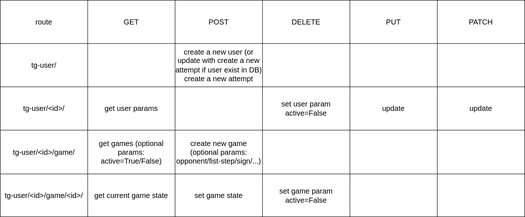
Above: docum/endpoints.svg in KonstZiv/tic_tac_toe_3x3_tlg_bot (draw.io), before the change. Source tidied: cells renumbered, new cells last; positions are measured from the earlier drawing's top-left corner, leaving out a move shared by most shapes.
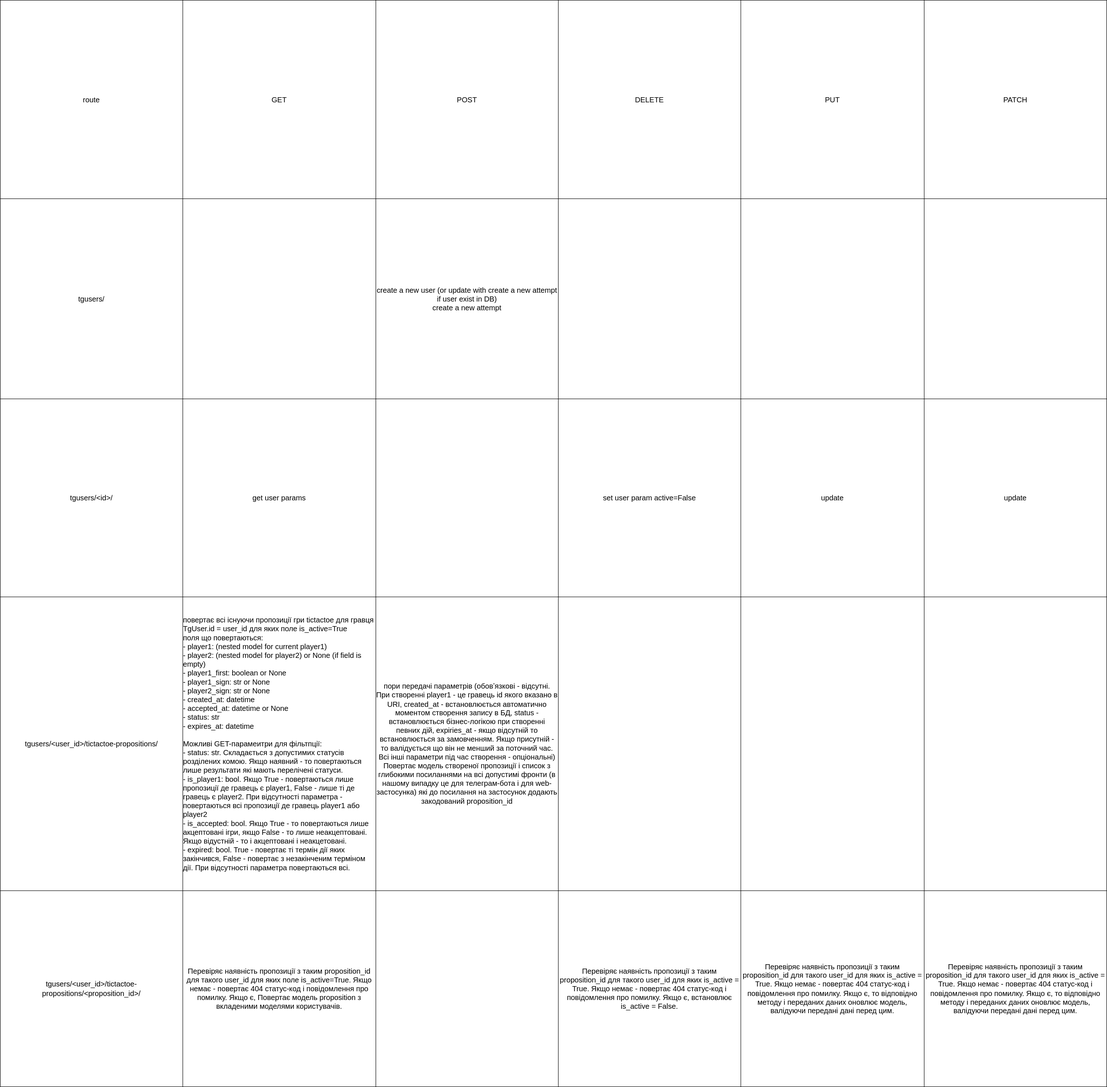
Above is the later version.

What changed in the source:
```diff
@@ -3,112 +3,112 @@
     <mxCell id="0" />
     <mxCell id="1" parent="0" />
     <mxCell id="2" style="shape=table;startSize=0;fontSize=16;" parent="1" vertex="1">
-      <mxGeometry width="1140" height="470" as="geometry" />
+      <mxGeometry width="2401" height="2360" as="geometry" />
     </mxCell>
     <mxCell id="3" style="shape=tableRow;horizontal=0;startSize=0;swimlaneHead=0;swimlaneBody=0;strokeColor=inherit;top=0;left=0;bottom=0;right=0;fillColor=none;fontSize=16;" parent="2" vertex="1">
-      <mxGeometry width="1140" height="94" as="geometry" />
+      <mxGeometry width="2401" height="431" as="geometry" />
     </mxCell>
     <mxCell id="4" value="route" style="shape=partialRectangle;html=1;whiteSpace=wrap;strokeColor=inherit;overflow=hidden;fillColor=none;top=0;left=0;bottom=0;right=0;fontSize=16;" parent="3" vertex="1">
-      <mxGeometry width="190" height="94" as="geometry" />
+      <mxGeometry width="396" height="431" as="geometry" />
     </mxCell>
     <mxCell id="5" value="GET" style="shape=partialRectangle;html=1;whiteSpace=wrap;strokeColor=inherit;overflow=hidden;fillColor=none;top=0;left=0;bottom=0;right=0;fontSize=16;" parent="3" vertex="1">
-      <mxGeometry x="190" width="190" height="94" as="geometry" />
+      <mxGeometry x="396" width="419" height="431" as="geometry" />
     </mxCell>
     <mxCell id="6" value="POST" style="shape=partialRectangle;html=1;whiteSpace=wrap;strokeColor=inherit;overflow=hidden;fillColor=none;top=0;left=0;bottom=0;right=0;fontSize=16;" parent="3" vertex="1">
-      <mxGeometry x="380" width="190" height="94" as="geometry" />
+      <mxGeometry x="815" width="396" height="431" as="geometry" />
     </mxCell>
     <mxCell id="7" value="DELETE" style="shape=partialRectangle;html=1;whiteSpace=wrap;strokeColor=inherit;overflow=hidden;fillColor=none;top=0;left=0;bottom=0;right=0;fontSize=16;" parent="3" vertex="1">
-      <mxGeometry x="570" width="190" height="94" as="geometry" />
+      <mxGeometry x="1211" width="396" height="431" as="geometry" />
     </mxCell>
     <mxCell id="8" value="PUT" style="shape=partialRectangle;html=1;whiteSpace=wrap;strokeColor=inherit;overflow=hidden;fillColor=none;top=0;left=0;bottom=0;right=0;fontSize=16;" parent="3" vertex="1">
-      <mxGeometry x="760" width="190" height="94" as="geometry" />
+      <mxGeometry x="1607" width="398" height="431" as="geometry" />
     </mxCell>
     <mxCell id="9" value="PATCH" style="shape=partialRectangle;html=1;whiteSpace=wrap;strokeColor=inherit;overflow=hidden;fillColor=none;top=0;left=0;bottom=0;right=0;fontSize=16;" parent="3" vertex="1">
-      <mxGeometry x="950" width="190" height="94" as="geometry" />
+      <mxGeometry x="2005" width="396" height="431" as="geometry" />
     </mxCell>
     <mxCell id="10" style="shape=tableRow;horizontal=0;startSize=0;swimlaneHead=0;swimlaneBody=0;strokeColor=inherit;top=0;left=0;bottom=0;right=0;fillColor=none;fontSize=16;" parent="2" vertex="1">
-      <mxGeometry y="94" width="1140" height="94" as="geometry" />
+      <mxGeometry y="431" width="2401" height="435" as="geometry" />
     </mxCell>
-    <mxCell id="11" value="tg-user/" style="shape=partialRectangle;html=1;whiteSpace=wrap;strokeColor=inherit;overflow=hidden;fillColor=none;top=0;left=0;bottom=0;right=0;fontSize=16;" parent="10" vertex="1">
-      <mxGeometry width="190" height="94" as="geometry" />
+    <mxCell id="11" value="tgusers/" style="shape=partialRectangle;html=1;whiteSpace=wrap;strokeColor=inherit;overflow=hidden;fillColor=none;top=0;left=0;bottom=0;right=0;fontSize=16;" parent="10" vertex="1">
+      <mxGeometry width="396" height="435" as="geometry" />
     </mxCell>
     <mxCell id="12" style="shape=partialRectangle;html=1;whiteSpace=wrap;strokeColor=inherit;overflow=hidden;fillColor=none;top=0;left=0;bottom=0;right=0;fontSize=16;" parent="10" vertex="1">
-      <mxGeometry x="190" width="190" height="94" as="geometry" />
+      <mxGeometry x="396" width="419" height="435" as="geometry" />
     </mxCell>
     <mxCell id="13" value="create a new user (or update with create a new attempt if user exist in DB)&lt;br&gt;create a new attempt" style="shape=partialRectangle;html=1;whiteSpace=wrap;strokeColor=inherit;overflow=hidden;fillColor=none;top=0;left=0;bottom=0;right=0;fontSize=16;" parent="10" vertex="1">
-      <mxGeometry x="380" width="190" height="94" as="geometry" />
+      <mxGeometry x="815" width="396" height="435" as="geometry" />
     </mxCell>
     <mxCell id="14" style="shape=partialRectangle;html=1;whiteSpace=wrap;strokeColor=inherit;overflow=hidden;fillColor=none;top=0;left=0;bottom=0;right=0;fontSize=16;" parent="10" vertex="1">
-      <mxGeometry x="570" width="190" height="94" as="geometry" />
+      <mxGeometry x="1211" width="396" height="435" as="geometry" />
     </mxCell>
     <mxCell id="15" style="shape=partialRectangle;html=1;whiteSpace=wrap;strokeColor=inherit;overflow=hidden;fillColor=none;top=0;left=0;bottom=0;right=0;fontSize=16;" parent="10" vertex="1">
-      <mxGeometry x="760" width="190" height="94" as="geometry" />
+      <mxGeometry x="1607" width="398" height="435" as="geometry" />
     </mxCell>
     <mxCell id="16" style="shape=partialRectangle;html=1;whiteSpace=wrap;strokeColor=inherit;overflow=hidden;fillColor=none;top=0;left=0;bottom=0;right=0;fontSize=16;" parent="10" vertex="1">
-      <mxGeometry x="950" width="190" height="94" as="geometry" />
+      <mxGeometry x="2005" width="396" height="435" as="geometry" />
     </mxCell>
     <mxCell id="17" style="shape=tableRow;horizontal=0;startSize=0;swimlaneHead=0;swimlaneBody=0;strokeColor=inherit;top=0;left=0;bottom=0;right=0;fillColor=none;fontSize=16;" parent="2" vertex="1">
-      <mxGeometry y="188" width="1140" height="94" as="geometry" />
+      <mxGeometry y="866" width="2401" height="430" as="geometry" />
     </mxCell>
-    <mxCell id="18" value="tg-user/&amp;lt;id&amp;gt;/" style="shape=partialRectangle;html=1;whiteSpace=wrap;strokeColor=inherit;overflow=hidden;fillColor=none;top=0;left=0;bottom=0;right=0;fontSize=16;" parent="17" vertex="1">
-      <mxGeometry width="190" height="94" as="geometry" />
+    <mxCell id="18" value="tgusers/&amp;lt;id&amp;gt;/" style="shape=partialRectangle;html=1;whiteSpace=wrap;strokeColor=inherit;overflow=hidden;fillColor=none;top=0;left=0;bottom=0;right=0;fontSize=16;" parent="17" vertex="1">
+      <mxGeometry width="396" height="430" as="geometry" />
     </mxCell>
     <mxCell id="19" value="get user params" style="shape=partialRectangle;html=1;whiteSpace=wrap;strokeColor=inherit;overflow=hidden;fillColor=none;top=0;left=0;bottom=0;right=0;fontSize=16;" parent="17" vertex="1">
-      <mxGeometry x="190" width="190" height="94" as="geometry" />
+      <mxGeometry x="396" width="419" height="430" as="geometry" />
     </mxCell>
     <mxCell id="20" style="shape=partialRectangle;html=1;whiteSpace=wrap;strokeColor=inherit;overflow=hidden;fillColor=none;top=0;left=0;bottom=0;right=0;fontSize=16;" parent="17" vertex="1">
-      <mxGeometry x="380" width="190" height="94" as="geometry" />
+      <mxGeometry x="815" width="396" height="430" as="geometry" />
     </mxCell>
     <mxCell id="21" value="set user param active=False" style="shape=partialRectangle;html=1;whiteSpace=wrap;strokeColor=inherit;overflow=hidden;fillColor=none;top=0;left=0;bottom=0;right=0;fontSize=16;" parent="17" vertex="1">
-      <mxGeometry x="570" width="190" height="94" as="geometry" />
+      <mxGeometry x="1211" width="396" height="430" as="geometry" />
     </mxCell>
     <mxCell id="22" value="update" style="shape=partialRectangle;html=1;whiteSpace=wrap;strokeColor=inherit;overflow=hidden;fillColor=none;top=0;left=0;bottom=0;right=0;fontSize=16;" parent="17" vertex="1">
-      <mxGeometry x="760" width="190" height="94" as="geometry" />
+      <mxGeometry x="1607" width="398" height="430" as="geometry" />
     </mxCell>
     <mxCell id="23" value="update" style="shape=partialRectangle;html=1;whiteSpace=wrap;strokeColor=inherit;overflow=hidden;fillColor=none;top=0;left=0;bottom=0;right=0;fontSize=16;" parent="17" vertex="1">
-      <mxGeometry x="950" width="190" height="94" as="geometry" />
+      <mxGeometry x="2005" width="396" height="430" as="geometry" />
     </mxCell>
-    <mxCell id="24" style="shape=tableRow;horizontal=0;startSize=0;swimlaneHead=0;swimlaneBody=0;strokeColor=inherit;top=0;left=0;bottom=0;right=0;fillColor=none;fontSize=16;" parent="2" vertex="1">
-      <mxGeometry y="282" width="1140" height="95" as="geometry" />
-    </mxCell>
-    <mxCell id="25" value="tg-user/&amp;lt;id&amp;gt;/game/" style="shape=partialRectangle;html=1;whiteSpace=wrap;strokeColor=inherit;overflow=hidden;fillColor=none;top=0;left=0;bottom=0;right=0;fontSize=16;" parent="24" vertex="1">
-      <mxGeometry width="190" height="95" as="geometry" />
-    </mxCell>
-    <mxCell id="26" value="get games (optional params: active=True/False)" style="shape=partialRectangle;html=1;whiteSpace=wrap;strokeColor=inherit;overflow=hidden;fillColor=none;top=0;left=0;bottom=0;right=0;fontSize=16;" parent="24" vertex="1">
-      <mxGeometry x="190" width="190" height="95" as="geometry" />
-    </mxCell>
-    <mxCell id="27" value="create new game (optional params: opponent/fist-step/sign/...)" style="shape=partialRectangle;html=1;whiteSpace=wrap;strokeColor=inherit;overflow=hidden;fillColor=none;top=0;left=0;bottom=0;right=0;fontSize=16;" parent="24" vertex="1">
-      <mxGeometry x="380" width="190" height="95" as="geometry" />
-    </mxCell>
-    <mxCell id="28" style="shape=partialRectangle;html=1;whiteSpace=wrap;strokeColor=inherit;overflow=hidden;fillColor=none;top=0;left=0;bottom=0;right=0;fontSize=16;" parent="24" vertex="1">
-      <mxGeometry x="570" width="190" height="95" as="geometry" />
-    </mxCell>
-    <mxCell id="29" style="shape=partialRectangle;html=1;whiteSpace=wrap;strokeColor=inherit;overflow=hidden;fillColor=none;top=0;left=0;bottom=0;right=0;fontSize=16;" parent="24" vertex="1">
-      <mxGeometry x="760" width="190" height="95" as="geometry" />
-    </mxCell>
-    <mxCell id="30" style="shape=partialRectangle;html=1;whiteSpace=wrap;strokeColor=inherit;overflow=hidden;fillColor=none;top=0;left=0;bottom=0;right=0;fontSize=16;" parent="24" vertex="1">
-      <mxGeometry x="950" width="190" height="95" as="geometry" />
-    </mxCell>
     <mxCell id="31" style="shape=tableRow;horizontal=0;startSize=0;swimlaneHead=0;swimlaneBody=0;strokeColor=inherit;top=0;left=0;bottom=0;right=0;fillColor=none;fontSize=16;" parent="2" vertex="1">
-      <mxGeometry y="377" width="1140" height="93" as="geometry" />
+      <mxGeometry y="1296" width="2401" height="638" as="geometry" />
     </mxCell>
-    <mxCell id="32" value="tg-user/&amp;lt;id&amp;gt;/game/&amp;lt;id&amp;gt;/" style="shape=partialRectangle;html=1;whiteSpace=wrap;strokeColor=inherit;overflow=hidden;fillColor=none;top=0;left=0;bottom=0;right=0;fontSize=16;" parent="31" vertex="1">
-      <mxGeometry width="190" height="93" as="geometry" />
+    <mxCell id="32" value="tgusers/&amp;lt;user_id&amp;gt;/tictactoe-propositions/" style="shape=partialRectangle;html=1;whiteSpace=wrap;strokeColor=inherit;overflow=hidden;fillColor=none;top=0;left=0;bottom=0;right=0;fontSize=16;" parent="31" vertex="1">
+      <mxGeometry width="396" height="638" as="geometry" />
     </mxCell>
-    <mxCell id="33" value="get current game state" style="shape=partialRectangle;html=1;whiteSpace=wrap;strokeColor=inherit;overflow=hidden;fillColor=none;top=0;left=0;bottom=0;right=0;fontSize=16;" parent="31" vertex="1">
-      <mxGeometry x="190" width="190" height="93" as="geometry" />
+    <mxCell id="33" value="&lt;div style=&quot;text-align: left;&quot;&gt;&lt;span style=&quot;background-color: initial;&quot;&gt;повертає всі існуючи пропозиції гри tictactoe для гравця TgUser.id = user_id для яких поле is_active=True&lt;/span&gt;&lt;/div&gt;&lt;div style=&quot;text-align: left;&quot;&gt;&lt;span style=&quot;background-color: initial;&quot;&gt;поля що повертаються:&amp;nbsp;&lt;/span&gt;&lt;/div&gt;&lt;div style=&quot;text-align: left;&quot;&gt;&lt;span style=&quot;background-color: initial;&quot;&gt;- player1: (nested model for current player1)&lt;/span&gt;&lt;/div&gt;&lt;div style=&quot;text-align: left;&quot;&gt;&lt;span style=&quot;background-color: initial;&quot;&gt;- player2: (nested model for player2) or None (if field is empty)&lt;/span&gt;&lt;/div&gt;&lt;div style=&quot;text-align: left;&quot;&gt;&lt;span style=&quot;background-color: initial;&quot;&gt;- player1_first: boolean or None&lt;/span&gt;&lt;/div&gt;&lt;div style=&quot;text-align: left;&quot;&gt;&lt;span style=&quot;background-color: initial;&quot;&gt;- player1_sign: str or None&lt;/span&gt;&lt;/div&gt;&lt;div style=&quot;text-align: left;&quot;&gt;&lt;span style=&quot;background-color: initial;&quot;&gt;- player2_sign: str or None&lt;/span&gt;&lt;/div&gt;&lt;div style=&quot;text-align: left;&quot;&gt;&lt;span style=&quot;background-color: initial;&quot;&gt;- created_at: datetime&lt;/span&gt;&lt;/div&gt;&lt;div style=&quot;text-align: left;&quot;&gt;&lt;span style=&quot;background-color: initial;&quot;&gt;- accepted_at: datetime or None&lt;/span&gt;&lt;/div&gt;&lt;div style=&quot;text-align: left;&quot;&gt;&lt;span style=&quot;background-color: initial;&quot;&gt;- status: str&lt;/span&gt;&lt;/div&gt;&lt;div style=&quot;text-align: left;&quot;&gt;&lt;span style=&quot;background-color: initial;&quot;&gt;- expires_at: datetime&lt;/span&gt;&lt;/div&gt;&lt;div style=&quot;text-align: left;&quot;&gt;&lt;span style=&quot;background-color: initial;&quot;&gt;&lt;br&gt;&lt;/span&gt;&lt;/div&gt;&lt;div style=&quot;text-align: left;&quot;&gt;&lt;span style=&quot;background-color: initial;&quot;&gt;Можливі GET-парамеитри для фільтпції:&lt;/span&gt;&lt;/div&gt;&lt;div style=&quot;text-align: left;&quot;&gt;&lt;span style=&quot;background-color: initial;&quot;&gt;- status: str. Складається з допустимих статусів розділених комою. Якщо наявний - то повертаються лише результати які мають перелічені статуси.&lt;/span&gt;&lt;/div&gt;&lt;div style=&quot;text-align: left;&quot;&gt;&lt;span style=&quot;background-color: initial;&quot;&gt;- is_player1: bool. Якщо True - повертаються лише пропозиції де гравець є player1, False - лише ті де гравець є player2. При відсутності параметра - повертаються всі пропозиції де гравець player1 або player2&lt;/span&gt;&lt;/div&gt;&lt;div style=&quot;text-align: left;&quot;&gt;&lt;span style=&quot;background-color: initial;&quot;&gt;- is_accepted: bool. Якщо True - то повертаються лише акцептовані ігри, якщо False - то лише неакцептовані. Якщо відустній - то і акцептовані і неакцетовані.&lt;/span&gt;&lt;/div&gt;&lt;div style=&quot;text-align: left;&quot;&gt;&lt;span style=&quot;background-color: initial;&quot;&gt;- expired: bool. True - повертає ті термін дії яких закінчився, False - повертає з незакінченим терміном дії. При відсутності параметра повертаються всі.&amp;nbsp;&lt;/span&gt;&lt;/div&gt;" style="shape=partialRectangle;html=1;whiteSpace=wrap;strokeColor=inherit;overflow=hidden;fillColor=none;top=0;left=0;bottom=0;right=0;fontSize=16;" parent="31" vertex="1">
+      <mxGeometry x="396" width="419" height="638" as="geometry" />
     </mxCell>
-    <mxCell id="34" value="set game state" style="shape=partialRectangle;html=1;whiteSpace=wrap;strokeColor=inherit;overflow=hidden;fillColor=none;top=0;left=0;bottom=0;right=0;fontSize=16;" parent="31" vertex="1">
-      <mxGeometry x="380" width="190" height="93" as="geometry" />
+    <mxCell id="34" value="пори передачі параметрів (обовʼязкові - відсутні. При створенні player1 - це гравець id якого вказано в URI, created_at - встановлюється автоматично моментом створення запису в БД, status - встановлюється бізнес-логікою при створенні певних дій, expiries_at - якщо відсутній то встановлюється за замовченням. Якщо присутній - то валідується що він не менший за поточний час. Всі інші параметри під час створення - опціональні)&lt;br&gt;Повертає модель створеної пропозиції і список з глибокими посиланнями на всі допустимі фронти (в нашому випадку це для телеграм-бота і для web-застосунка) які до посилання на застосунок додають закодований proposition_id" style="shape=partialRectangle;html=1;whiteSpace=wrap;strokeColor=inherit;overflow=hidden;fillColor=none;top=0;left=0;bottom=0;right=0;fontSize=16;" parent="31" vertex="1">
+      <mxGeometry x="815" width="396" height="638" as="geometry" />
     </mxCell>
-    <mxCell id="35" value="set game param active=False" style="shape=partialRectangle;html=1;whiteSpace=wrap;strokeColor=inherit;overflow=hidden;fillColor=none;top=0;left=0;bottom=0;right=0;fontSize=16;" parent="31" vertex="1">
-      <mxGeometry x="570" width="190" height="93" as="geometry" />
+    <mxCell id="35" style="shape=partialRectangle;html=1;whiteSpace=wrap;strokeColor=inherit;overflow=hidden;fillColor=none;top=0;left=0;bottom=0;right=0;fontSize=16;" parent="31" vertex="1">
+      <mxGeometry x="1211" width="396" height="638" as="geometry" />
     </mxCell>
     <mxCell id="36" style="shape=partialRectangle;html=1;whiteSpace=wrap;strokeColor=inherit;overflow=hidden;fillColor=none;top=0;left=0;bottom=0;right=0;fontSize=16;" parent="31" vertex="1">
-      <mxGeometry x="760" width="190" height="93" as="geometry" />
+      <mxGeometry x="1607" width="398" height="638" as="geometry" />
     </mxCell>
     <mxCell id="37" style="shape=partialRectangle;html=1;whiteSpace=wrap;strokeColor=inherit;overflow=hidden;fillColor=none;top=0;left=0;bottom=0;right=0;fontSize=16;" parent="31" vertex="1">
-      <mxGeometry x="950" width="190" height="93" as="geometry" />
+      <mxGeometry x="2005" width="396" height="638" as="geometry" />
     </mxCell>
+    <mxCell id="38" style="shape=tableRow;horizontal=0;startSize=0;swimlaneHead=0;swimlaneBody=0;strokeColor=inherit;top=0;left=0;bottom=0;right=0;fillColor=none;fontSize=16;" parent="2" vertex="1">
+      <mxGeometry y="1934" width="2401" height="426" as="geometry" />
+    </mxCell>
+    <mxCell id="39" value="&lt;span style=&quot;color: rgb(0, 0, 0); font-family: Helvetica; font-size: 16px; font-style: normal; font-variant-ligatures: normal; font-variant-caps: normal; font-weight: 400; letter-spacing: normal; orphans: 2; text-align: center; text-indent: 0px; text-transform: none; widows: 2; word-spacing: 0px; -webkit-text-stroke-width: 0px; background-color: rgb(251, 251, 251); text-decoration-thickness: initial; text-decoration-style: initial; text-decoration-color: initial; float: none; display: inline !important;&quot;&gt;tgusers/&amp;lt;user_id&amp;gt;/tictactoe-propositions/&amp;lt;proposition_id&amp;gt;/&lt;/span&gt;" style="shape=partialRectangle;html=1;whiteSpace=wrap;strokeColor=inherit;overflow=hidden;fillColor=none;top=0;left=0;bottom=0;right=0;fontSize=16;" parent="38" vertex="1">
+      <mxGeometry width="396" height="426" as="geometry" />
+    </mxCell>
+    <mxCell id="40" value="Перевіряє наявність пропозиції з таким proposition_id для такого user_id для яких поле is_active=True. Якщо немає - повертає 404 статус-код і повідомлення про помилку. Якщо є, Повертає модель proposition з вкладеними моделями користувачів." style="shape=partialRectangle;html=1;whiteSpace=wrap;strokeColor=inherit;overflow=hidden;fillColor=none;top=0;left=0;bottom=0;right=0;fontSize=16;" parent="38" vertex="1">
+      <mxGeometry x="396" width="419" height="426" as="geometry" />
+    </mxCell>
+    <mxCell id="41" style="shape=partialRectangle;html=1;whiteSpace=wrap;strokeColor=inherit;overflow=hidden;fillColor=none;top=0;left=0;bottom=0;right=0;fontSize=16;" parent="38" vertex="1">
+      <mxGeometry x="815" width="396" height="426" as="geometry" />
+    </mxCell>
+    <mxCell id="42" value="Перевіряє наявність пропозиції з таким proposition_id для такого user_id для яких is_active = True. Якщо немає - повертає 404 статус-код і повідомлення про помилку. Якщо є, встановлює is_active = False." style="shape=partialRectangle;html=1;whiteSpace=wrap;strokeColor=inherit;overflow=hidden;fillColor=none;top=0;left=0;bottom=0;right=0;fontSize=16;" parent="38" vertex="1">
+      <mxGeometry x="1211" width="396" height="426" as="geometry" />
+    </mxCell>
+    <mxCell id="43" value="Перевіряє наявність пропозиції з таким proposition_id для такого user_id для яких is_active = True. Якщо немає - повертає 404 статус-код і повідомлення про помилку. Якщо є, то відповідно методу і переданих даних оновлює модель, валідуючи передані дані перед цим." style="shape=partialRectangle;html=1;whiteSpace=wrap;strokeColor=inherit;overflow=hidden;fillColor=none;top=0;left=0;bottom=0;right=0;fontSize=16;" parent="38" vertex="1">
+      <mxGeometry x="1607" width="398" height="426" as="geometry" />
+    </mxCell>
+    <mxCell id="44" value="Перевіряє наявність пропозиції з таким proposition_id для такого user_id для яких is_active = True. Якщо немає - повертає 404 статус-код і повідомлення про помилку. Якщо є, то відповідно методу і переданих даних оновлює модель, валідуючи передані дані перед цим." style="shape=partialRectangle;html=1;whiteSpace=wrap;strokeColor=inherit;overflow=hidden;fillColor=none;top=0;left=0;bottom=0;right=0;fontSize=16;" parent="38" vertex="1">
+      <mxGeometry x="2005" width="396" height="426" as="geometry" />
+    </mxCell>
   </root>
 </mxGraphModel>
```
